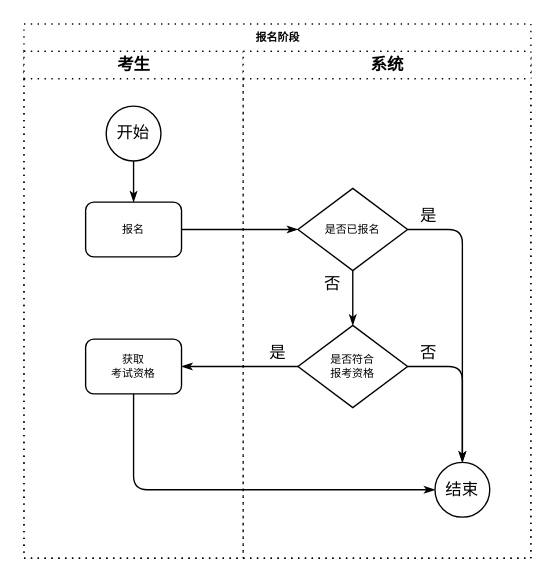
Above: page "报名阶段" (3 of 7) of BaHomework-ExamSys.drawio in Vaycent/MyDiagrams (draw.io), before the change. Source tidied: cells renumbered, new cells numbered last; positions are measured from the earlier drawing's top-left corner, leaving out a move shared by most shapes. Both pictures are drawn from the tidied source at 137%, with x=0, y=0 at pixel (23, 23).
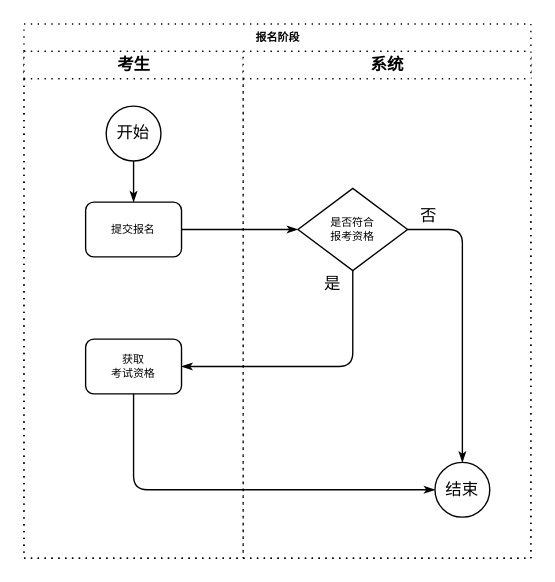
Above is the later version.

Unchanged cells that the change refers to:
```xml
<mxCell id="2" value="报名阶段" style="swimlane;html=1;startSize=20;rounded=0;shadow=0;labelBackgroundColor=none;strokeWidth=1;fontFamily=Verdana;fontSize=8;align=center;dashed=1;dashPattern=1 4;" parent="1" vertex="1">
  <mxGeometry width="370" height="390" as="geometry" />
</mxCell>
<mxCell id="3" value="考生" style="swimlane;html=1;startSize=20;dashed=1;dashPattern=1 4;" parent="2" vertex="1">
  <mxGeometry y="20" width="160" height="370" as="geometry" />
</mxCell>
<mxCell id="7" value="获取&lt;br&gt;考试资格" style="rounded=1;whiteSpace=wrap;html=1;shadow=0;labelBackgroundColor=none;strokeWidth=1;fontFamily=Verdana;fontSize=8;align=center;" parent="3" vertex="1">
  <mxGeometry x="45" y="210" width="70" height="40" as="geometry" />
</mxCell>
<mxCell id="14" value="系统" style="swimlane;html=1;startSize=20;dashed=1;dashPattern=1 4;" parent="2" vertex="1">
  <mxGeometry x="160" y="20" width="210" height="370" as="geometry" />
</mxCell>
<mxCell id="16" value="结束" style="ellipse;whiteSpace=wrap;html=1;" parent="14" vertex="1">
  <mxGeometry x="140" y="300" width="40" height="40" as="geometry" />
</mxCell>
```

Change to the diagram source:
```diff
@@
-    <mxCell id="5" value="报名" style="rounded=1;whiteSpace=wrap;html=1;shadow=0;labelBackgroundColor=none;strokeWidth=1;fontFamily=Verdana;fontSize=8;align=center;" parent="3" vertex="1">
+    <mxCell id="5" value="提交报名" style="rounded=1;whiteSpace=wrap;html=1;shadow=0;labelBackgroundColor=none;strokeWidth=1;fontFamily=Verdana;fontSize=8;align=center;" parent="3" vertex="1">
       <mxGeometry x="45" y="110" width="70" height="40" as="geometry" />
     </mxCell>
@@
+    <mxCell id="25" style="edgeStyle=orthogonalEdgeStyle;rounded=1;html=1;labelBackgroundColor=none;startArrow=none;startFill=0;startSize=5;endArrow=classicThin;endFill=1;endSize=5;jettySize=auto;strokeWidth=1;fontFamily=Verdana;fontSize=8;entryX=1;entryY=0.5;entryDx=0;entryDy=0;exitX=0.5;exitY=1;exitDx=0;exitDy=0;" parent="2" edge="1" source="15" target="7">
+      <mxGeometry relative="1" as="geometry" />
+    </mxCell>
@@
-    <mxCell id="15" value="是否已报名" style="rhombus;whiteSpace=wrap;html=1;rounded=0;shadow=0;labelBackgroundColor=none;strokeWidth=1;fontFamily=Verdana;fontSize=8;align=center;" parent="14" vertex="1">
+    <mxCell id="15" value="是否符合&lt;br&gt;报考资格" style="rhombus;whiteSpace=wrap;html=1;rounded=0;shadow=0;labelBackgroundColor=none;strokeWidth=1;fontFamily=Verdana;fontSize=8;align=center;" parent="14" vertex="1">
       <mxGeometry x="40" y="100" width="80" height="60" as="geometry" />
     </mxCell>
@@
-    <mxCell id="18" value="否" style="text;html=1;align=center;verticalAlign=middle;fillColor=none;strokeColor=none;rounded=0;" parent="14" vertex="1">
+    <mxCell id="18" value="是" style="text;html=1;align=center;verticalAlign=middle;fillColor=none;strokeColor=none;rounded=0;" parent="14" vertex="1">
       <mxGeometry x="50" y="160" width="30" height="20" as="geometry" />
     </mxCell>
-    <mxCell id="19" value="是" style="text;html=1;align=center;verticalAlign=middle;fillColor=none;strokeColor=none;rounded=0;" parent="14" vertex="1">
+    <mxCell id="19" value="否" style="text;html=1;align=center;verticalAlign=middle;fillColor=none;strokeColor=none;rounded=0;" parent="14" vertex="1">
       <mxGeometry x="120" y="110" width="30" height="20" as="geometry" />
     </mxCell>
-    <mxCell id="20" value="是否符合&lt;br&gt;报考资格" style="rhombus;whiteSpace=wrap;html=1;rounded=0;shadow=0;labelBackgroundColor=none;strokeWidth=1;fontFamily=Verdana;fontSize=8;align=center;" parent="14" vertex="1">
-      <mxGeometry x="40" y="200" width="80" height="60" as="geometry" />
-    </mxCell>
-    <mxCell id="21" style="edgeStyle=orthogonalEdgeStyle;rounded=1;html=1;labelBackgroundColor=none;startArrow=none;startFill=0;startSize=5;endArrow=classicThin;endFill=1;endSize=5;jettySize=auto;strokeWidth=1;fontFamily=Verdana;fontSize=8;entryX=0.5;entryY=0;entryDx=0;entryDy=0;exitX=0.5;exitY=1;exitDx=0;exitDy=0;" parent="14" edge="1" source="15" target="20">
-      <mxGeometry relative="1" as="geometry">
-        <Array as="points">
-          <mxPoint x="80" y="170" />
-          <mxPoint x="80" y="170" />
-        </Array>
-      </mxGeometry>
-    </mxCell>
-    <mxCell id="22" value="否" style="text;html=1;align=center;verticalAlign=middle;fillColor=none;strokeColor=none;rounded=0;" parent="14" vertex="1">
-      <mxGeometry x="120" y="210" width="30" height="20" as="geometry" />
-    </mxCell>
-    <mxCell id="23" value="是" style="text;html=1;align=center;verticalAlign=middle;fillColor=none;strokeColor=none;rounded=0;" parent="14" vertex="1">
-      <mxGeometry x="10" y="210" width="30" height="20" as="geometry" />
-    </mxCell>
-    <mxCell id="24" style="edgeStyle=orthogonalEdgeStyle;rounded=1;html=1;labelBackgroundColor=none;startArrow=none;startFill=0;startSize=5;endArrow=classicThin;endFill=1;endSize=5;jettySize=auto;strokeWidth=1;fontFamily=Verdana;fontSize=8;exitX=1;exitY=0.5;exitDx=0;exitDy=0;entryX=0.5;entryY=0;entryDx=0;entryDy=0;" parent="14" edge="1" source="20" target="16">
-      <mxGeometry relative="1" as="geometry" />
-    </mxCell>
-    <mxCell id="25" style="edgeStyle=orthogonalEdgeStyle;rounded=1;html=1;labelBackgroundColor=none;startArrow=none;startFill=0;startSize=5;endArrow=classicThin;endFill=1;endSize=5;jettySize=auto;strokeWidth=1;fontFamily=Verdana;fontSize=8;entryX=1;entryY=0.5;entryDx=0;entryDy=0;exitX=0;exitY=0.5;exitDx=0;exitDy=0;" parent="2" edge="1" source="20" target="7">
-      <mxGeometry relative="1" as="geometry" />
-    </mxCell>
```
